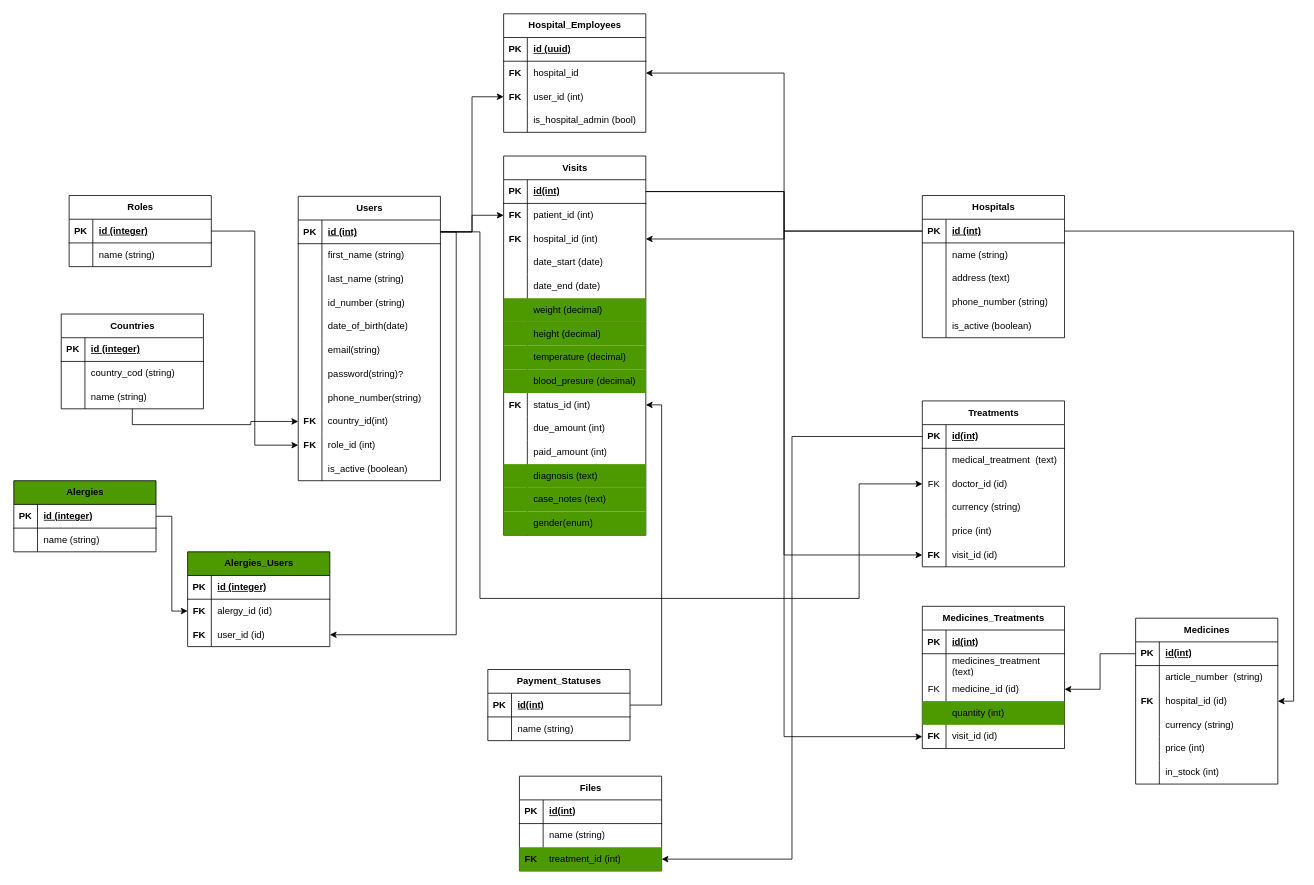
Earlier version of the draw.io diagram Untitled Diagram.drawio (fao30/hospital-management-be). Source tidied: cells renumbered, new cells numbered last; positions are measured from the earlier drawing's top-left corner, leaving out a move shared by most shapes. Both pictures are drawn from the tidied source at 79%, with x=0, y=0 at pixel (13, 13).
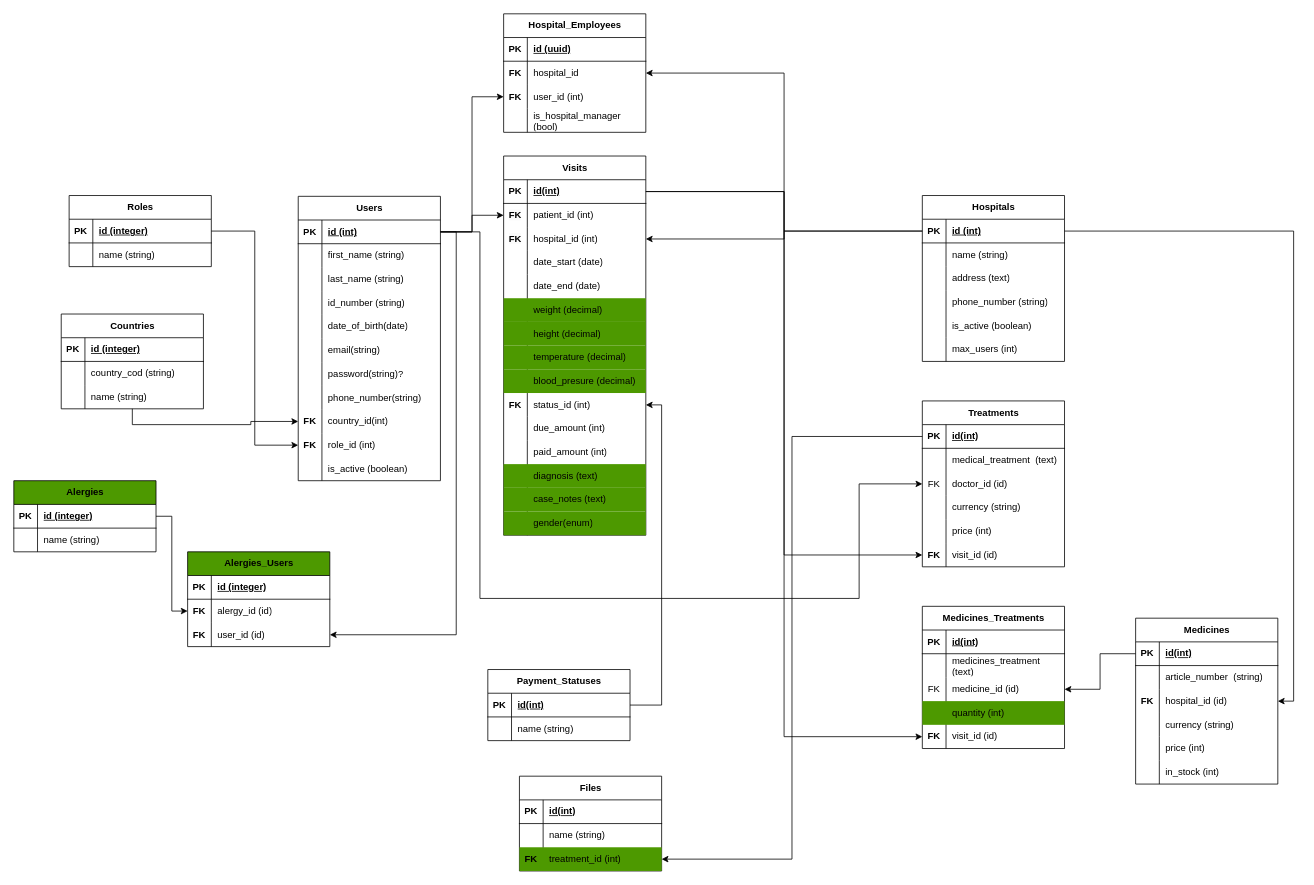
The same diagram, later.

Unchanged cells that the change refers to:
```xml
<mxCell id="129" style="shape=tableRow;horizontal=0;startSize=0;swimlaneHead=0;swimlaneBody=0;fillColor=none;top=0;left=0;right=0;bottom=0;" parent="119" vertex="1">
  <mxGeometry y="120" width="180" height="30" as="geometry" />
</mxCell>
```

The edit, as a diff of the source:
```diff
@@
     <mxCell id="9" value="Hospitals" style="shape=table;startSize=30;childLayout=tableLayout;rowLines=0;fontStyle=1;align=center;html=1;" parent="1" vertex="1">
-      <mxGeometry x="1150" y="230" width="180" height="180" as="geometry" />
+      <mxGeometry x="1150" y="230" width="180" height="210" as="geometry" />
     </mxCell>
@@
+    <mxCell id="231" style="shape=tableRow;horizontal=0;startSize=0;swimlaneHead=0;swimlaneBody=0;fillColor=none;top=0;left=0;right=0;bottom=0;" parent="9" vertex="1">
+      <mxGeometry y="180" width="180" height="30" as="geometry" />
+    </mxCell>
+    <mxCell id="232" style="shape=partialRectangle;fillColor=none;top=0;left=0;bottom=0;right=0;overflow=hidden;whiteSpace=wrap;html=1;" parent="231" vertex="1">
+      <mxGeometry width="30" height="30" as="geometry" />
+    </mxCell>
+    <mxCell id="233" value="max_users (int)" style="shape=partialRectangle;fillColor=none;top=0;left=0;bottom=0;right=0;align=left;spacingLeft=6;overflow=hidden;whiteSpace=wrap;html=1;" parent="231" vertex="1">
+      <mxGeometry x="30" width="150" height="30" as="geometry" />
+    </mxCell>
@@
-    <mxCell id="131" value="is_hospital_admin (bool)" style="shape=partialRectangle;fillColor=none;top=0;left=0;bottom=0;right=0;align=left;spacingLeft=6;overflow=hidden;whiteSpace=wrap;html=1;" parent="129" vertex="1">
+    <mxCell id="131" value="is_hospital_manager (bool)" style="shape=partialRectangle;fillColor=none;top=0;left=0;bottom=0;right=0;align=left;spacingLeft=6;overflow=hidden;whiteSpace=wrap;html=1;" parent="129" vertex="1">
       <mxGeometry x="30" width="150" height="30" as="geometry" />
     </mxCell>
```
